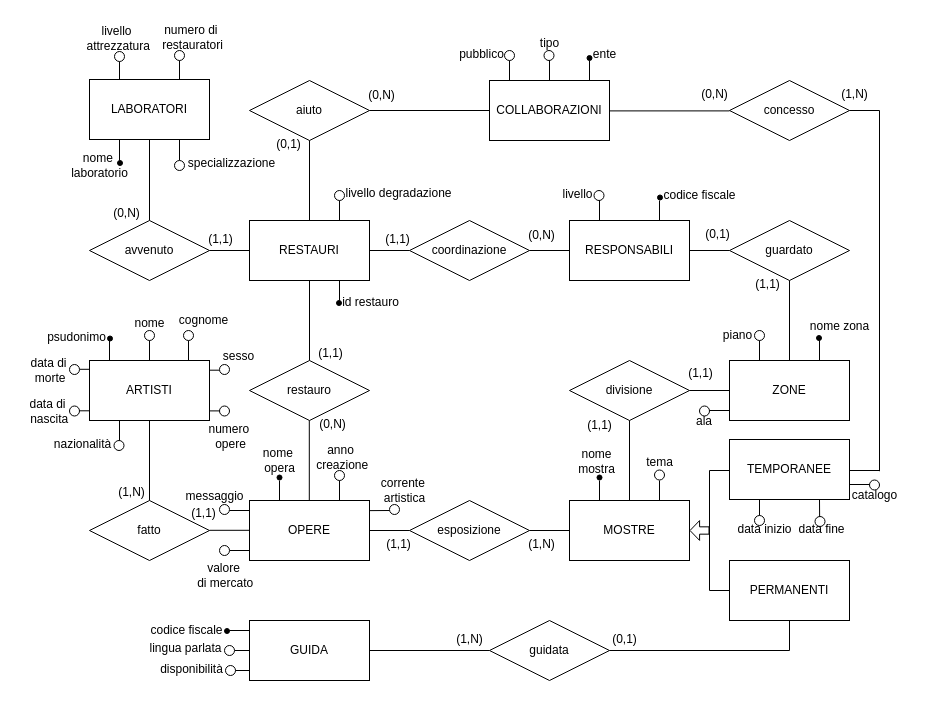
This is doc/Museo.drawio from ColdBerri/Database-Unipd-2025, a draw.io file, before an edit. Source tidied: cells renumbered, new cells numbered last; positions are measured from the earlier drawing's top-left corner, leaving out a move shared by most shapes. Both pictures are drawn from the tidied source at 100%, with x=0, y=0 at pixel (17, 17).
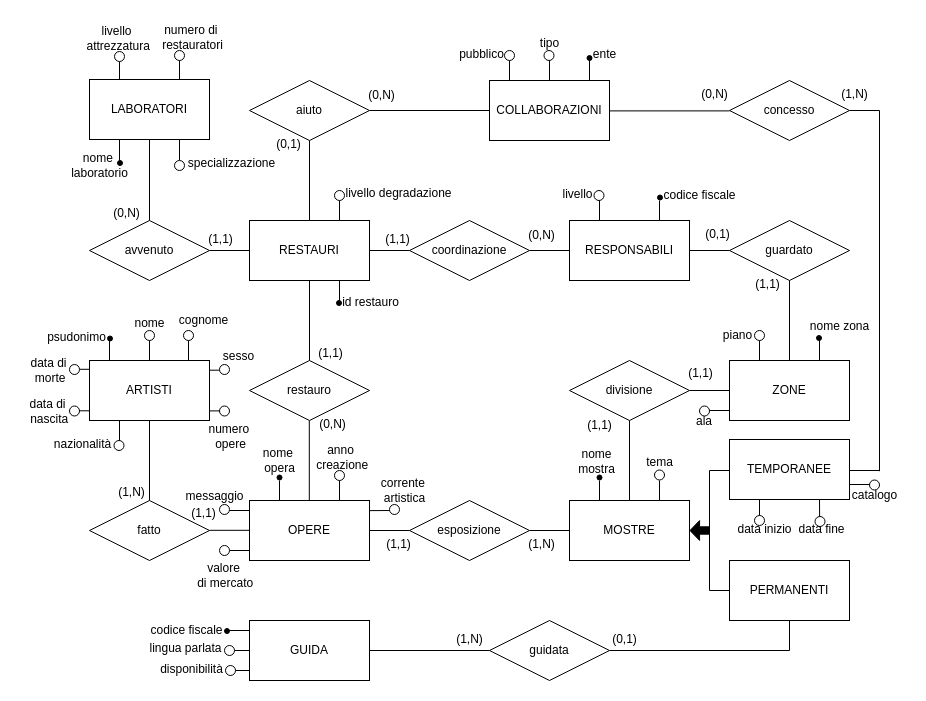
The same diagram, later.

The change refers to these unchanged cells:
```xml
<mxCell id="14" value="MOSTRE" style="rounded=0;whiteSpace=wrap;html=1;" parent="1" vertex="1">
  <mxGeometry x="552" y="483" width="120" height="60" as="geometry" />
</mxCell>
```

Diff of the diagram source:
```diff
@@
-    <mxCell id="156" style="shape=flexArrow;endArrow=classic;html=1;rounded=0;width=7.333333333333333;endSize=2.86;endWidth=11.481481481481481;entryX=1;entryY=0.5;entryDx=0;entryDy=0;fillColor=light-dark(#FFFFFF,#000000);" parent="1" edge="1" target="14">
+    <mxCell id="156" style="shape=flexArrow;endArrow=classic;html=1;rounded=0;width=7.333333333333333;endSize=2.86;endWidth=11.481481481481481;entryX=1;entryY=0.5;entryDx=0;entryDy=0;fillColor=#000000;" parent="1" edge="1" target="14">
       <mxGeometry relative="1" as="geometry">
         <mxPoint x="692" y="513" as="sourcePoint" />
       </mxGeometry>
     </mxCell>
```
